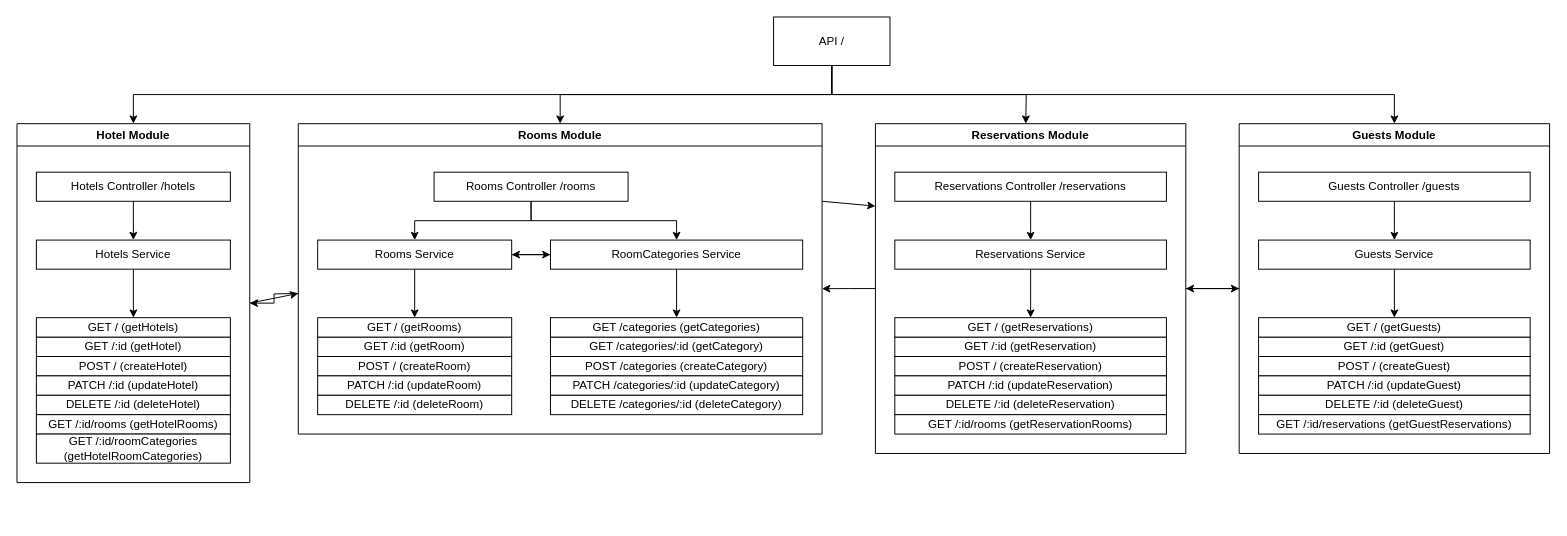
This is structure.drawio from betschki/hotel-api, a draw.io file, before an edit. Source tidied: cells renumbered, new cells numbered last; positions are measured from the earlier drawing's top-left corner, leaving out a move shared by most shapes. Both pictures are drawn from the tidied source at 97%, with x=0, y=0 at pixel (16, 16).
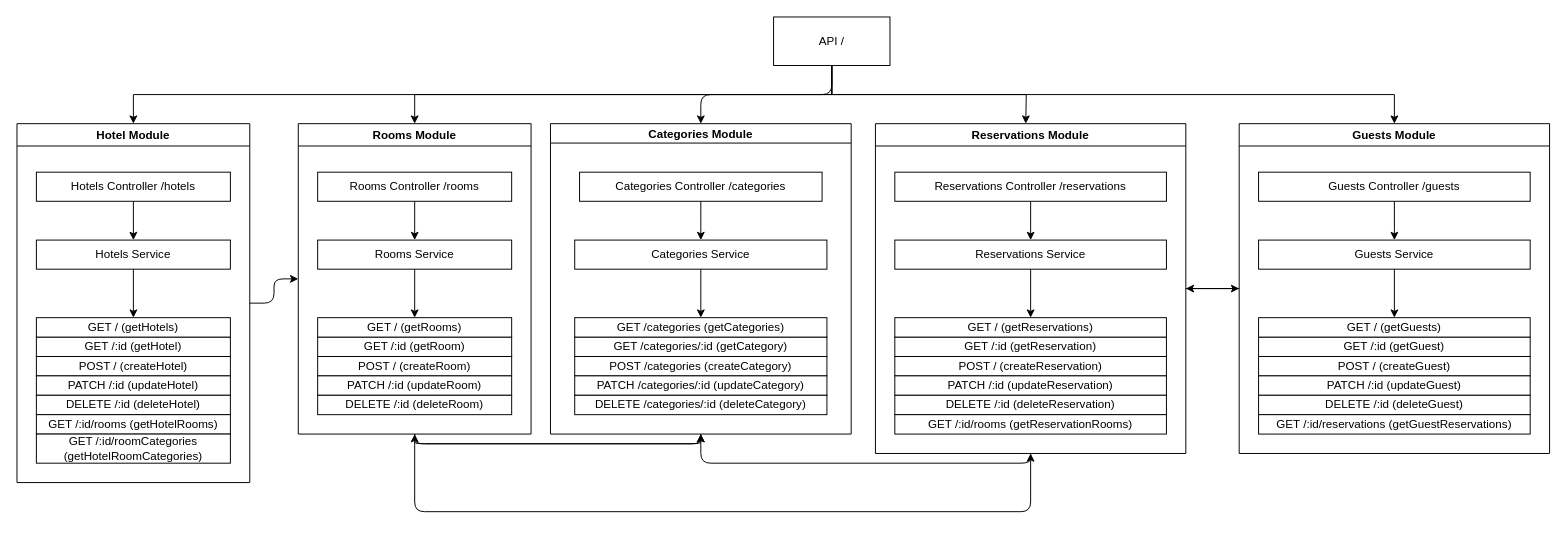
The same page after the edit.

Unchanged cells that the change refers to:
```xml
<mxCell id="16" value="Rooms Service" style="rounded=0;whiteSpace=wrap;html=1;" parent="1" vertex="1">
  <mxGeometry x="310" y="230" width="200" height="30" as="geometry" />
</mxCell>
<mxCell id="36" value="API /" style="rounded=0;whiteSpace=wrap;html=1;" parent="1" vertex="1">
  <mxGeometry x="780" width="120" height="50" as="geometry" />
</mxCell>
<mxCell id="60" value="Hotel Module" style="swimlane;rounded=0;" parent="1" vertex="1">
  <mxGeometry y="110" width="240" height="370" as="geometry" />
</mxCell>
<mxCell id="69" value="Reservations Module" style="swimlane;rounded=0;" parent="1" vertex="1">
  <mxGeometry x="885" y="110" width="320" height="340" as="geometry" />
</mxCell>
```

What changed in the source:
```diff
@@
-    <mxCell id="13" style="edgeStyle=orthogonalEdgeStyle;rounded=0;jettySize=auto;html=1;exitX=0.5;exitY=1;exitDx=0;exitDy=0;" parent="1" edge="1" source="66" target="25">
-      <mxGeometry relative="1" as="geometry" />
-    </mxCell>
@@
-    <mxCell id="15" style="edgeStyle=orthogonalEdgeStyle;rounded=0;jettySize=auto;html=1;exitX=1;exitY=0.5;exitDx=0;exitDy=0;entryX=0;entryY=0.5;entryDx=0;entryDy=0;" parent="1" edge="1" source="16" target="25">
-      <mxGeometry relative="1" as="geometry" />
-    </mxCell>
@@
-    <mxCell id="24" style="edgeStyle=orthogonalEdgeStyle;rounded=0;jettySize=auto;html=1;exitX=0;exitY=0.5;exitDx=0;exitDy=0;entryX=1;entryY=0.5;entryDx=0;entryDy=0;" parent="1" edge="1" source="25" target="16">
-      <mxGeometry relative="1" as="geometry" />
-    </mxCell>
-    <mxCell id="25" value="RoomCategories Service" style="rounded=0;whiteSpace=wrap;html=1;" parent="1" vertex="1">
-      <mxGeometry x="550" y="230" width="260" height="30" as="geometry" />
+    <mxCell id="25" value="Categories Service" style="rounded=0;whiteSpace=wrap;html=1;" parent="1" vertex="1">
+      <mxGeometry x="575" y="230" width="260" height="30" as="geometry" />
     </mxCell>
@@
     <mxCell id="27" value="POST /categories (createCategory)" style="rounded=0;whiteSpace=wrap;html=1;" parent="1" vertex="1">
-      <mxGeometry x="550" y="350" width="260" height="20" as="geometry" />
+      <mxGeometry x="575" y="350" width="260" height="20" as="geometry" />
     </mxCell>
     <mxCell id="28" value="GET /categories/:id (getCategory)" style="rounded=0;whiteSpace=wrap;html=1;" parent="1" vertex="1">
-      <mxGeometry x="550" y="330" width="260" height="20" as="geometry" />
+      <mxGeometry x="575" y="330" width="260" height="20" as="geometry" />
     </mxCell>
     <mxCell id="29" value="PATCH /categories/:id (updateCategory)" style="rounded=0;whiteSpace=wrap;html=1;" parent="1" vertex="1">
-      <mxGeometry x="550" y="370" width="260" height="20" as="geometry" />
+      <mxGeometry x="575" y="370" width="260" height="20" as="geometry" />
     </mxCell>
     <mxCell id="30" value="DELETE /categories/:id (deleteCategory)" style="rounded=0;whiteSpace=wrap;html=1;" parent="1" vertex="1">
-      <mxGeometry x="550" y="390" width="260" height="20" as="geometry" />
+      <mxGeometry x="575" y="390" width="260" height="20" as="geometry" />
     </mxCell>
     <mxCell id="31" value="GET /categories (getCategories)" style="rounded=0;whiteSpace=wrap;html=1;" parent="1" vertex="1">
-      <mxGeometry x="550" y="310" width="260" height="20" as="geometry" />
+      <mxGeometry x="575" y="310" width="260" height="20" as="geometry" />
     </mxCell>
@@
+    <mxCell id="72" style="edgeStyle=orthogonalEdgeStyle;html=1;exitX=0.5;exitY=1;exitDx=0;exitDy=0;entryX=0.5;entryY=0;entryDx=0;entryDy=0;" parent="1" edge="1" source="36" target="77">
+      <mxGeometry relative="1" as="geometry" />
+    </mxCell>
@@
-    <mxCell id="59" style="edgeStyle=none;html=1;exitX=1;exitY=0.5;exitDx=0;exitDy=0;" parent="1" edge="1" source="60">
-      <mxGeometry relative="1" as="geometry">
-        <mxPoint x="290" y="285" as="targetPoint" />
-      </mxGeometry>
-    </mxCell>
+    <mxCell id="73" style="edgeStyle=orthogonalEdgeStyle;html=1;exitX=1;exitY=0.5;exitDx=0;exitDy=0;entryX=0;entryY=0.5;entryDx=0;entryDy=0;" parent="1" edge="1" source="60" target="65">
+      <mxGeometry relative="1" as="geometry" />
+    </mxCell>
@@
-    <mxCell id="63" style="edgeStyle=orthogonalEdgeStyle;rounded=0;jettySize=auto;html=1;entryX=1;entryY=0.5;entryDx=0;entryDy=0;" parent="1" edge="1" target="60">
-      <mxGeometry relative="1" as="geometry">
-        <mxPoint x="290" y="285" as="sourcePoint" />
-      </mxGeometry>
-    </mxCell>
+    <mxCell id="74" style="edgeStyle=orthogonalEdgeStyle;html=1;exitX=0.5;exitY=1;exitDx=0;exitDy=0;entryX=0.5;entryY=1;entryDx=0;entryDy=0;" parent="1" edge="1" source="65" target="77">
+      <mxGeometry relative="1" as="geometry" />
+    </mxCell>
-    <mxCell id="64" style="edgeStyle=none;html=1;exitX=1;exitY=0.25;exitDx=0;exitDy=0;entryX=0;entryY=0.25;entryDx=0;entryDy=0;" parent="1" edge="1" source="65" target="69">
-      <mxGeometry relative="1" as="geometry" />
+    <mxCell id="64" style="edgeStyle=orthogonalEdgeStyle;html=1;exitX=0.5;exitY=1;exitDx=0;exitDy=0;entryX=0.5;entryY=1;entryDx=0;entryDy=0;" parent="1" edge="1" source="65" target="69">
+      <mxGeometry relative="1" as="geometry">
+        <Array as="points">
+          <mxPoint x="410" y="510" />
+          <mxPoint x="1045" y="510" />
+        </Array>
+      </mxGeometry>
     </mxCell>
     <mxCell id="65" value="Rooms Module" style="swimlane;rounded=0;" parent="1" vertex="1">
-      <mxGeometry x="290" y="110" width="540" height="320" as="geometry" />
+      <mxGeometry x="290" y="110" width="240" height="320" as="geometry" />
     </mxCell>
     <mxCell id="66" value="Rooms Controller /rooms" style="rounded=0;whiteSpace=wrap;html=1;" parent="65" vertex="1">
-      <mxGeometry x="140" y="50" width="200" height="30" as="geometry" />
+      <mxGeometry x="20" y="50" width="200" height="30" as="geometry" />
     </mxCell>
-    <mxCell id="67" style="edgeStyle=orthogonalEdgeStyle;rounded=0;jettySize=auto;html=1;exitX=0;exitY=0.5;exitDx=0;exitDy=0;" parent="1" edge="1" source="69">
-      <mxGeometry relative="1" as="geometry">
-        <mxPoint x="830" y="280.1" as="targetPoint" />
-      </mxGeometry>
-    </mxCell>
@@
+    <mxCell id="75" style="edgeStyle=orthogonalEdgeStyle;html=1;exitX=0.5;exitY=1;exitDx=0;exitDy=0;entryX=0.5;entryY=1;entryDx=0;entryDy=0;" parent="1" edge="1" source="69" target="77">
+      <mxGeometry relative="1" as="geometry" />
+    </mxCell>
@@
+    <mxCell id="76" style="edgeStyle=orthogonalEdgeStyle;html=1;exitX=0.5;exitY=1;exitDx=0;exitDy=0;entryX=0.5;entryY=1;entryDx=0;entryDy=0;" parent="1" edge="1" source="77" target="65">
+      <mxGeometry relative="1" as="geometry" />
+    </mxCell>
+    <mxCell id="77" value="Categories Module" style="swimlane;rounded=0;startSize=20;" parent="1" vertex="1">
+      <mxGeometry x="550" y="110" width="310" height="320" as="geometry" />
+    </mxCell>
+    <mxCell id="78" value="Categories Controller /categories" style="rounded=0;whiteSpace=wrap;html=1;" parent="77" vertex="1">
+      <mxGeometry x="30" y="50" width="250" height="30" as="geometry" />
+    </mxCell>
+    <mxCell id="79" style="edgeStyle=orthogonalEdgeStyle;html=1;exitX=0.5;exitY=1;exitDx=0;exitDy=0;" parent="1" edge="1" source="78">
+      <mxGeometry relative="1" as="geometry">
+        <mxPoint x="705" y="230" as="targetPoint" />
+      </mxGeometry>
+    </mxCell>
```
